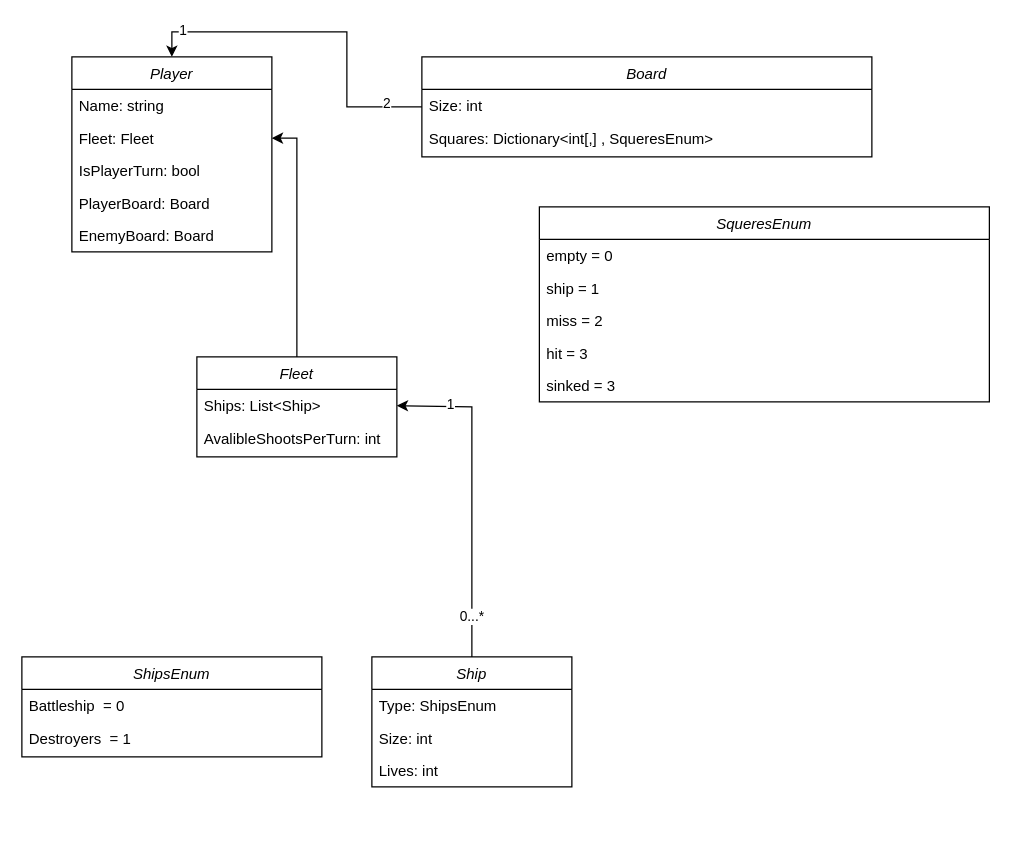
Before: Diagrams/BattleShipsClassDiagram.drawio in JaroszKamil/Battleships, a draw.io diagram. Source tidied: cells renumbered, new cells numbered last; positions are measured from the earlier drawing's top-left corner, leaving out a move shared by most shapes. Both pictures are drawn from the tidied source at 125%, with x=0, y=0 at pixel (21, 56).
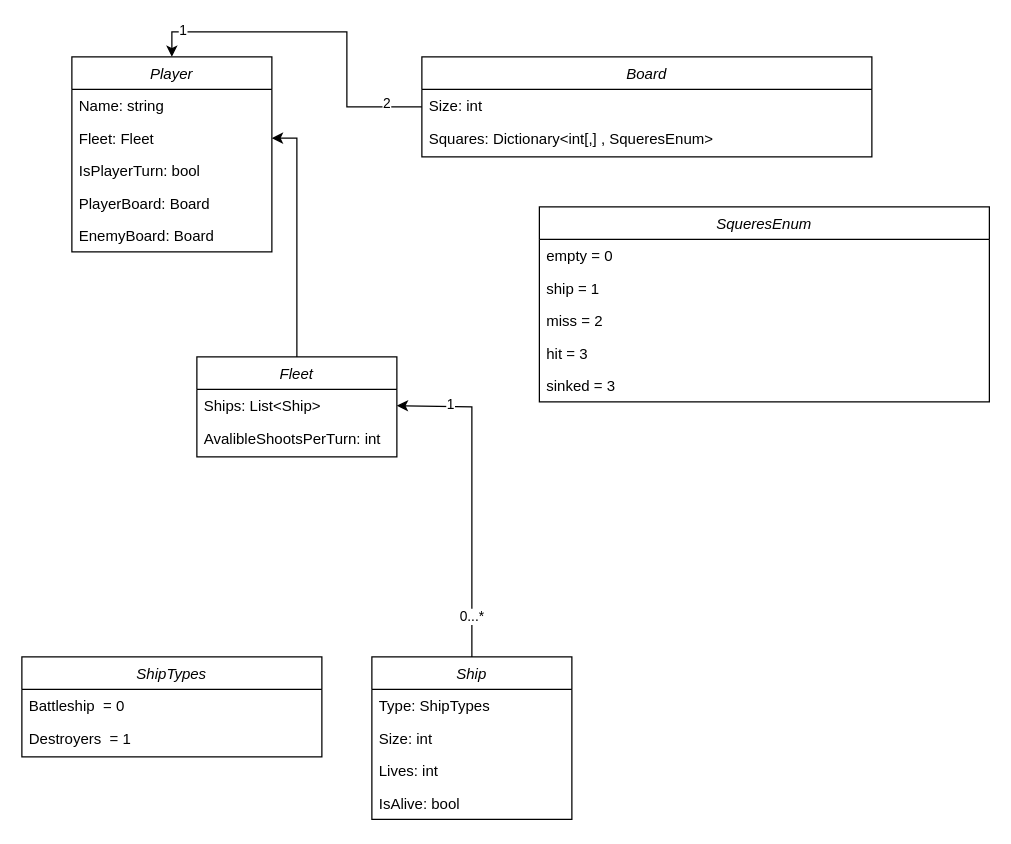
Above is the later version.

Commit message (it also covers changes not shown here):
Added ship class with factory for it plus some unit tests

Diff of the diagram source:
```diff
@@
     <mxCell id="11" value="Ship" style="swimlane;fontStyle=2;align=center;verticalAlign=top;horizontal=1;startSize=26;rounded=0;shadow=0;strokeWidth=1;" parent="1" vertex="1">
-      <mxGeometry x="280" y="480" width="160" height="104" as="geometry" />
+      <mxGeometry x="280" y="480" width="160" height="130" as="geometry" />
     </mxCell>
-    <mxCell id="12" value="Type: ShipsEnum" style="text;align=left;verticalAlign=top;spacingLeft=4;spacingRight=4;overflow=hidden;" parent="11" vertex="1">
+    <mxCell id="12" value="Type: ShipTypes" style="text;align=left;verticalAlign=top;spacingLeft=4;spacingRight=4;overflow=hidden;" parent="11" vertex="1">
       <mxGeometry y="26" width="160" height="26" as="geometry" />
     </mxCell>
@@
+    <mxCell id="34" value="IsAlive: bool" style="text;align=left;verticalAlign=top;spacingLeft=4;spacingRight=4;overflow=hidden;rounded=0;shadow=0;html=0;" parent="11" vertex="1">
+      <mxGeometry y="104" width="160" height="26" as="geometry" />
+    </mxCell>
@@
-    <mxCell id="31" value="ShipsEnum" style="swimlane;fontStyle=2;align=center;verticalAlign=top;horizontal=1;startSize=26;rounded=0;shadow=0;strokeWidth=1;" parent="1" vertex="1">
+    <mxCell id="31" value="ShipTypes" style="swimlane;fontStyle=2;align=center;verticalAlign=top;horizontal=1;startSize=26;rounded=0;shadow=0;strokeWidth=1;" parent="1" vertex="1">
       <mxGeometry y="480" width="240" height="80" as="geometry" />
     </mxCell>
```
